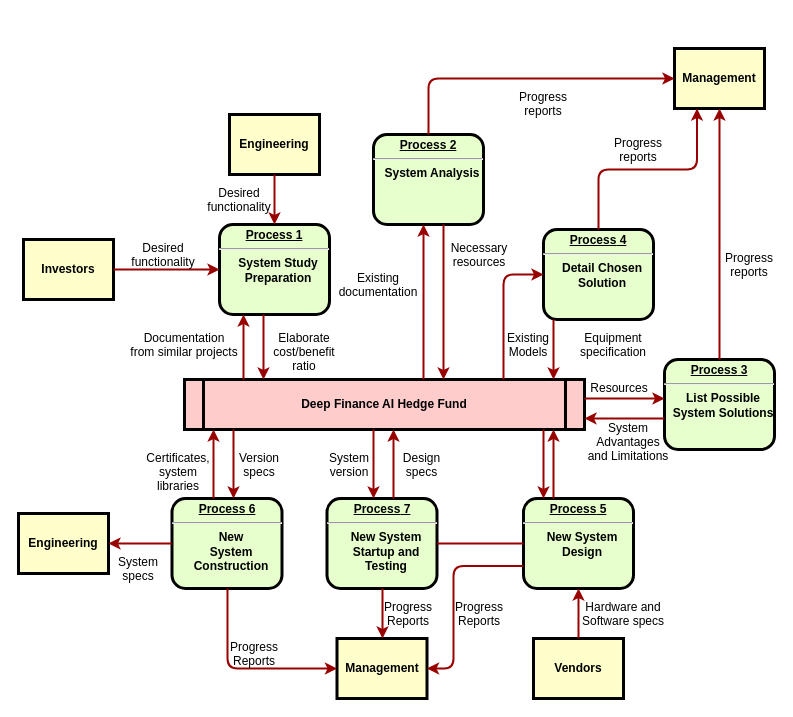
Before: DeepFinance EG.drawio in fanlongtao123/wechat-tutorial, a draw.io diagram. Source tidied: cells renumbered, new cells numbered last; positions are measured from the earlier drawing's top-left corner, leaving out a move shared by most shapes. Both pictures are drawn from the tidied source at 100%, with x=0, y=0 at pixel (18, 48).
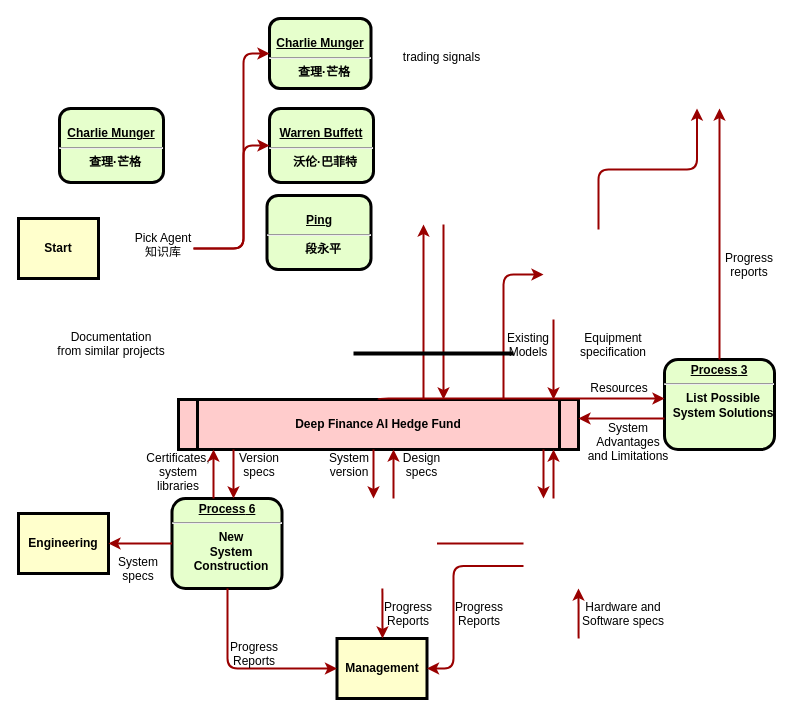
The same page after the edit.

The change refers to these unchanged cells:
```xml
<mxCell id="7" value="&lt;p style=&quot;margin: 0px; margin-top: 4px; text-align: center; text-decoration: underline;&quot;&gt;&lt;strong&gt;&lt;strong&gt;Process&lt;/strong&gt; 3&lt;br /&gt;&lt;/strong&gt;&lt;/p&gt;&lt;hr /&gt;&lt;p style=&quot;margin: 0px; margin-left: 8px;&quot;&gt;List Possible&lt;/p&gt;&lt;p style=&quot;margin: 0px; margin-left: 8px;&quot;&gt;System Solutions&lt;/p&gt;" style="verticalAlign=middle;align=center;overflow=fill;fontSize=12;fontFamily=Helvetica;html=1;rounded=1;fontStyle=1;strokeWidth=3;fillColor=#E6FFCC;" parent="1" vertex="1">
  <mxGeometry x="646" y="311" width="110" height="90" as="geometry" />
</mxCell>
<mxCell id="12" value="Management" style="whiteSpace=wrap;align=center;verticalAlign=middle;fontStyle=1;strokeWidth=3;fillColor=#FFFFCC;" parent="1" vertex="1">
  <mxGeometry x="318.5" y="590" width="90" height="60" as="geometry" />
</mxCell>
```

Diff of the diagram source:
```diff
@@
-    <mxCell id="2" value="&lt;p style=&quot;margin: 0px; margin-top: 4px; text-align: center; text-decoration: underline;&quot;&gt;&lt;strong&gt;Process 1&lt;br /&gt;&lt;/strong&gt;&lt;/p&gt;&lt;hr /&gt;&lt;p style=&quot;margin: 0px; margin-left: 8px;&quot;&gt;System Study&lt;/p&gt;&lt;p style=&quot;margin: 0px; margin-left: 8px;&quot;&gt;Preparation&lt;/p&gt;" style="verticalAlign=middle;align=center;overflow=fill;fontSize=12;fontFamily=Helvetica;html=1;rounded=1;fontStyle=1;strokeWidth=3;fillColor=#E6FFCC;" parent="1" vertex="1">
-      <mxGeometry x="201" y="176" width="110" height="90" as="geometry" />
+    <mxCell id="2" value="&lt;p style=&quot;margin: 4px 0px 0px; text-align: center;&quot;&gt;&lt;u&gt;&lt;br&gt;Charlie Munger&lt;/u&gt;&lt;/p&gt;&lt;hr&gt;&lt;p style=&quot;margin: 0px; margin-left: 8px;&quot;&gt;查理·芒格&lt;/p&gt;" style="verticalAlign=middle;align=center;overflow=fill;fontSize=12;fontFamily=Helvetica;html=1;rounded=1;fontStyle=1;strokeWidth=3;fillColor=#E6FFCC;" parent="1" vertex="1">
+      <mxGeometry x="251" y="-30" width="101.5" height="70" as="geometry" />
     </mxCell>
-    <mxCell id="3" value="Engineering" style="whiteSpace=wrap;align=center;verticalAlign=middle;fontStyle=1;strokeWidth=3;fillColor=#FFFFCC;" parent="1" vertex="1">
-      <mxGeometry x="211" y="66" width="90" height="60" as="geometry" />
-    </mxCell>
-    <mxCell id="4" value="Investors" style="whiteSpace=wrap;align=center;verticalAlign=middle;fontStyle=1;strokeWidth=3;fillColor=#FFFFCC;" parent="1" vertex="1">
-      <mxGeometry x="5" y="191" width="90" height="60" as="geometry" />
+    <mxCell id="4" value="Start" style="whiteSpace=wrap;align=center;verticalAlign=middle;fontStyle=1;strokeWidth=3;fillColor=#FFFFCC;" parent="1" vertex="1">
+      <mxGeometry y="170" width="80" height="60" as="geometry" />
     </mxCell>
     <mxCell id="5" value="Deep Finance AI Hedge Fund" style="shape=process;whiteSpace=wrap;align=center;verticalAlign=middle;size=0.0475;fontStyle=1;strokeWidth=3;fillColor=#FFCCCC;" parent="1" vertex="1">
-      <mxGeometry x="166" y="331" width="400" height="50" as="geometry" />
+      <mxGeometry x="160" y="351" width="400" height="50" as="geometry" />
     </mxCell>
-    <mxCell id="6" value="&lt;p style=&quot;margin: 0px; margin-top: 4px; text-align: center; text-decoration: underline;&quot;&gt;&lt;strong&gt;Process 2&lt;br /&gt;&lt;/strong&gt;&lt;/p&gt;&lt;hr /&gt;&lt;p style=&quot;margin: 0px; margin-left: 8px;&quot;&gt;System Analysis&lt;/p&gt;" style="verticalAlign=middle;align=center;overflow=fill;fontSize=12;fontFamily=Helvetica;html=1;rounded=1;fontStyle=1;strokeWidth=3;fillColor=#E6FFCC;" parent="1" vertex="1">
-      <mxGeometry x="355" y="86" width="110" height="90" as="geometry" />
-    </mxCell>
@@
-    <mxCell id="8" value="&lt;p style=&quot;margin: 0px; margin-top: 4px; text-align: center; text-decoration: underline;&quot;&gt;&lt;strong&gt;&lt;strong&gt;Process&lt;/strong&gt; 4&lt;br /&gt;&lt;/strong&gt;&lt;/p&gt;&lt;hr /&gt;&lt;p style=&quot;margin: 0px; margin-left: 8px;&quot;&gt;Detail Chosen&lt;/p&gt;&lt;p style=&quot;margin: 0px; margin-left: 8px;&quot;&gt;Solution&lt;/p&gt;" style="verticalAlign=middle;align=center;overflow=fill;fontSize=12;fontFamily=Helvetica;html=1;rounded=1;fontStyle=1;strokeWidth=3;fillColor=#E6FFCC;" parent="1" vertex="1">
-      <mxGeometry x="525" y="181" width="110" height="90" as="geometry" />
-    </mxCell>
-    <mxCell id="9" value="&lt;p style=&quot;margin: 0px; margin-top: 4px; text-align: center; text-decoration: underline;&quot;&gt;&lt;strong&gt;&lt;strong&gt;Process&lt;/strong&gt; 5&lt;br /&gt;&lt;/strong&gt;&lt;/p&gt;&lt;hr /&gt;&lt;p style=&quot;margin: 0px; margin-left: 8px;&quot;&gt;New System&lt;/p&gt;&lt;p style=&quot;margin: 0px; margin-left: 8px;&quot;&gt;Design&lt;/p&gt;" style="verticalAlign=middle;align=center;overflow=fill;fontSize=12;fontFamily=Helvetica;html=1;rounded=1;fontStyle=1;strokeWidth=3;fillColor=#E6FFCC;" parent="1" vertex="1">
-      <mxGeometry x="505" y="450" width="110" height="90" as="geometry" />
-    </mxCell>
@@
-    <mxCell id="11" value="Management" style="whiteSpace=wrap;align=center;verticalAlign=middle;fontStyle=1;strokeWidth=3;fillColor=#FFFFCC;" parent="1" vertex="1">
-      <mxGeometry x="656" width="90" height="60" as="geometry" />
-    </mxCell>
@@
-    <mxCell id="14" value="Vendors" style="whiteSpace=wrap;align=center;verticalAlign=middle;fontStyle=1;strokeWidth=3;fillColor=#FFFFCC;" parent="1" vertex="1">
-      <mxGeometry x="515" y="590" width="90" height="60" as="geometry" />
-    </mxCell>
-    <mxCell id="15" style="edgeStyle=none;noEdgeStyle=1;strokeColor=#990000;strokeWidth=2;" parent="1" edge="1" source="3" target="2">
-      <mxGeometry relative="1" as="geometry" />
-    </mxCell>
-    <mxCell id="16" style="edgeStyle=none;noEdgeStyle=1;strokeColor=#990000;strokeWidth=2;" parent="1" edge="1" source="4" target="2">
-      <mxGeometry relative="1" as="geometry" />
-    </mxCell>
-    <mxCell id="17" value="&lt;p style=&quot;margin: 0px; margin-top: 4px; text-align: center; text-decoration: underline;&quot;&gt;&lt;strong&gt;&lt;strong&gt;Process&lt;/strong&gt; 7&lt;br /&gt;&lt;/strong&gt;&lt;/p&gt;&lt;hr /&gt;&lt;p style=&quot;margin: 0px; margin-left: 8px;&quot;&gt;New System&lt;/p&gt;&lt;p style=&quot;margin: 0px; margin-left: 8px;&quot;&gt;Startup and&lt;/p&gt;&lt;p style=&quot;margin: 0px; margin-left: 8px;&quot;&gt;Testing&lt;/p&gt;" style="verticalAlign=middle;align=center;overflow=fill;fontSize=12;fontFamily=Helvetica;html=1;rounded=1;fontStyle=1;strokeWidth=3;fillColor=#E6FFCC;" parent="1" vertex="1">
-      <mxGeometry x="308.5" y="450" width="110" height="90" as="geometry" />
-    </mxCell>
-    <mxCell id="18" style="endArrow=none;noEdgeStyle=1;strokeColor=#990000;strokeWidth=2;" parent="1" edge="1" source="9" target="17">
-      <mxGeometry relative="1" as="geometry" />
+    <mxCell id="18" style="endArrow=none;noEdgeStyle=1;strokeColor=#990000;strokeWidth=2;" parent="1" edge="1">
+      <mxGeometry relative="1" as="geometry">
+        <mxPoint x="505" y="495" as="sourcePoint" />
+        <mxPoint x="418.5" y="495" as="targetPoint" />
+      </mxGeometry>
     </mxCell>
-    <mxCell id="19" value="Desired &#10;functionality" style="text;spacingTop=-5;align=center;" parent="1" vertex="1">
-      <mxGeometry x="130" y="191" width="30" height="20" as="geometry" />
+    <mxCell id="19" value="Pick Agent&#10;知识库" style="text;spacingTop=-5;align=center;" parent="1" vertex="1">
+      <mxGeometry x="130" y="181" width="30" height="20" as="geometry" />
     </mxCell>
-    <mxCell id="20" value="Desired &#10;functionality" style="text;spacingTop=-5;align=center;" parent="1" vertex="1">
-      <mxGeometry x="206" y="136" width="30" height="20" as="geometry" />
-    </mxCell>
     <mxCell id="21" value="Documentation&#10;from similar projects" style="text;spacingTop=-5;align=center;" parent="1" vertex="1">
-      <mxGeometry x="151" y="281" width="30" height="20" as="geometry" />
+      <mxGeometry x="78" y="280" width="30" height="20" as="geometry" />
     </mxCell>
-    <mxCell id="22" style="edgeStyle=elbowEdgeStyle;elbow=horizontal;strokeColor=#990000;strokeWidth=2;" parent="1" edge="1" source="5" target="2">
+    <mxCell id="22" style="edgeStyle=elbowEdgeStyle;elbow=horizontal;strokeColor=#990000;strokeWidth=2;" parent="1" edge="1">
       <mxGeometry relative="1" as="geometry">
+        <mxPoint x="175" y="200" as="sourcePoint" />
+        <mxPoint x="251" y="5" as="targetPoint" />
         <Array as="points">
           <mxPoint x="225" y="310" />
         </Array>
       </mxGeometry>
     </mxCell>
-    <mxCell id="23" style="edgeStyle=elbowEdgeStyle;elbow=horizontal;strokeColor=#990000;strokeWidth=2;" parent="1" edge="1" source="2" target="5">
-      <mxGeometry relative="1" as="geometry">
-        <Array as="points">
-          <mxPoint x="245" y="300" />
-        </Array>
-      </mxGeometry>
-    </mxCell>
-    <mxCell id="24" value="Elaborate&#10;cost/benefit&#10;ratio" style="text;spacingTop=-5;align=center;" parent="1" vertex="1">
-      <mxGeometry x="271" y="281" width="30" height="20" as="geometry" />
-    </mxCell>
-    <mxCell id="25" style="edgeStyle=elbowEdgeStyle;elbow=horizontal;strokeColor=#990000;strokeWidth=2;" parent="1" edge="1" source="5" target="6">
+    <mxCell id="25" style="edgeStyle=elbowEdgeStyle;elbow=horizontal;strokeColor=#990000;strokeWidth=2;" parent="1" edge="1" source="5">
       <mxGeometry relative="1" as="geometry">
+        <mxPoint x="405" y="176" as="targetPoint" />
         <Array as="points">
           <mxPoint x="405" y="250" />
         </Array>
       </mxGeometry>
     </mxCell>
-    <mxCell id="26" style="edgeStyle=elbowEdgeStyle;elbow=horizontal;strokeColor=#990000;strokeWidth=2;" parent="1" edge="1" source="6" target="5">
+    <mxCell id="26" style="edgeStyle=elbowEdgeStyle;elbow=horizontal;strokeColor=#990000;strokeWidth=2;" parent="1" edge="1" target="5">
       <mxGeometry relative="1" as="geometry">
+        <mxPoint x="425" y="176" as="sourcePoint" />
         <Array as="points">
           <mxPoint x="425" y="260" />
         </Array>
       </mxGeometry>
     </mxCell>
-    <mxCell id="27" value="Existing&#10;documentation" style="text;spacingTop=-5;align=center;" parent="1" vertex="1">
-      <mxGeometry x="345" y="221" width="30" height="20" as="geometry" />
-    </mxCell>
-    <mxCell id="28" value="Necessary&#10;resources" style="text;spacingTop=-5;align=center;" parent="1" vertex="1">
-      <mxGeometry x="446" y="191" width="30" height="20" as="geometry" />
-    </mxCell>
-    <mxCell id="29" value="Progress&#10;reports" style="text;spacingTop=-5;align=center;" parent="1" vertex="1">
-      <mxGeometry x="510" y="40" width="30" height="20" as="geometry" />
+    <mxCell id="29" value="trading signals" style="text;spacingTop=-5;align=center;" parent="1" vertex="1">
+      <mxGeometry x="408.5" width="30" height="20" as="geometry" />
     </mxCell>
-    <mxCell id="30" value="Progress&#10;reports" style="text;spacingTop=-5;align=center;" parent="1" vertex="1">
-      <mxGeometry x="605" y="86" width="30" height="20" as="geometry" />
-    </mxCell>
@@
-    <mxCell id="32" style="edgeStyle=elbowEdgeStyle;elbow=horizontal;strokeColor=#990000;strokeWidth=2;" parent="1" edge="1" source="6" target="11">
-      <mxGeometry relative="1" as="geometry">
-        <Array as="points">
-          <mxPoint x="410" y="80" />
-        </Array>
-      </mxGeometry>
-    </mxCell>
-    <mxCell id="33" style="edgeStyle=elbowEdgeStyle;elbow=vertical;entryX=0.25;entryY=1;strokeColor=#990000;strokeWidth=2;" parent="1" edge="1" source="8" target="11">
-      <mxGeometry relative="1" as="geometry" />
+    <mxCell id="33" style="edgeStyle=elbowEdgeStyle;elbow=vertical;entryX=0.25;entryY=1;strokeColor=#990000;strokeWidth=2;" parent="1" edge="1">
+      <mxGeometry relative="1" as="geometry">
+        <mxPoint x="580" y="181" as="sourcePoint" />
+        <mxPoint x="678.5" y="60" as="targetPoint" />
+      </mxGeometry>
     </mxCell>
-    <mxCell id="34" style="edgeStyle=elbowEdgeStyle;elbow=horizontal;strokeColor=#990000;strokeWidth=2;" parent="1" edge="1" source="7" target="11">
-      <mxGeometry relative="1" as="geometry" />
+    <mxCell id="34" style="edgeStyle=elbowEdgeStyle;elbow=horizontal;strokeColor=#990000;strokeWidth=2;" parent="1" edge="1" source="7">
+      <mxGeometry relative="1" as="geometry">
+        <mxPoint x="701" y="60" as="targetPoint" />
+      </mxGeometry>
     </mxCell>
-    <mxCell id="35" style="edgeStyle=elbowEdgeStyle;elbow=horizontal;strokeColor=#990000;strokeWidth=2;" parent="1" edge="1" source="8" target="5">
+    <mxCell id="35" style="edgeStyle=elbowEdgeStyle;elbow=horizontal;strokeColor=#990000;strokeWidth=2;" parent="1" edge="1" target="5">
       <mxGeometry relative="1" as="geometry">
+        <mxPoint x="535" y="271" as="sourcePoint" />
         <Array as="points">
           <mxPoint x="535" y="300" />
         </Array>
       </mxGeometry>
     </mxCell>
-    <mxCell id="36" style="edgeStyle=segmentEdgeStyle;strokeColor=#990000;strokeWidth=2;" parent="1" edge="1" source="5" target="8">
+    <mxCell id="36" style="edgeStyle=segmentEdgeStyle;strokeColor=#990000;strokeWidth=2;" parent="1" edge="1" source="5">
       <mxGeometry relative="1" as="geometry">
+        <mxPoint x="525" y="226" as="targetPoint" />
         <Array as="points">
           <mxPoint x="485" y="226" />
         </Array>
       </mxGeometry>
     </mxCell>
@@
-    <mxCell id="43" style="edgeStyle=elbowEdgeStyle;elbow=horizontal;strokeColor=#990000;strokeWidth=2;" parent="1" edge="1" source="9" target="5">
+    <mxCell id="43" style="edgeStyle=elbowEdgeStyle;elbow=horizontal;strokeColor=#990000;strokeWidth=2;" parent="1" edge="1" target="5">
       <mxGeometry relative="1" as="geometry">
+        <mxPoint x="535" y="450" as="sourcePoint" />
         <Array as="points">
           <mxPoint x="535" y="410" />
         </Array>
       </mxGeometry>
     </mxCell>
-    <mxCell id="44" style="edgeStyle=elbowEdgeStyle;elbow=horizontal;strokeColor=#990000;strokeWidth=2;" parent="1" edge="1" source="5" target="9">
+    <mxCell id="44" style="edgeStyle=elbowEdgeStyle;elbow=horizontal;strokeColor=#990000;strokeWidth=2;" parent="1" edge="1" source="5">
       <mxGeometry relative="1" as="geometry">
+        <mxPoint x="525" y="450" as="targetPoint" />
         <Array as="points">
           <mxPoint x="525" y="420" />
         </Array>
       </mxGeometry>
     </mxCell>
-    <mxCell id="45" style="edgeStyle=elbowEdgeStyle;elbow=horizontal;strokeColor=#990000;strokeWidth=2;" parent="1" edge="1" source="14" target="9">
-      <mxGeometry relative="1" as="geometry" />
+    <mxCell id="45" style="edgeStyle=elbowEdgeStyle;elbow=horizontal;strokeColor=#990000;strokeWidth=2;" parent="1" edge="1">
+      <mxGeometry relative="1" as="geometry">
+        <mxPoint x="560.1" y="590" as="sourcePoint" />
+        <mxPoint x="560.1" y="540" as="targetPoint" />
+      </mxGeometry>
     </mxCell>
@@
-    <mxCell id="47" style="edgeStyle=elbowEdgeStyle;elbow=horizontal;exitX=0;exitY=0.75;strokeColor=#990000;strokeWidth=2;" parent="1" edge="1" source="9" target="12">
+    <mxCell id="47" style="edgeStyle=elbowEdgeStyle;elbow=horizontal;exitX=0;exitY=0.75;strokeColor=#990000;strokeWidth=2;" parent="1" edge="1" target="12">
       <mxGeometry relative="1" as="geometry">
+        <mxPoint x="505" y="517.5" as="sourcePoint" />
         <Array as="points">
           <mxPoint x="435" y="570" />
         </Array>
       </mxGeometry>
     </mxCell>
@@
-    <mxCell id="49" style="edgeStyle=elbowEdgeStyle;elbow=horizontal;strokeColor=#990000;strokeWidth=2;" parent="1" edge="1" source="17" target="12">
-      <mxGeometry relative="1" as="geometry" />
+    <mxCell id="49" style="edgeStyle=elbowEdgeStyle;elbow=horizontal;strokeColor=#990000;strokeWidth=2;" parent="1" edge="1" target="12">
+      <mxGeometry relative="1" as="geometry">
+        <mxPoint x="363.9" y="540" as="sourcePoint" />
+      </mxGeometry>
     </mxCell>
@@
-    <mxCell id="54" style="edgeStyle=elbowEdgeStyle;elbow=horizontal;strokeColor=#990000;strokeWidth=2;" parent="1" edge="1" source="5" target="17">
+    <mxCell id="54" style="edgeStyle=elbowEdgeStyle;elbow=horizontal;strokeColor=#990000;strokeWidth=2;" parent="1" edge="1" source="5">
       <mxGeometry relative="1" as="geometry">
+        <mxPoint x="355" y="450" as="targetPoint" />
         <Array as="points">
           <mxPoint x="355" y="410" />
         </Array>
       </mxGeometry>
     </mxCell>
-    <mxCell id="55" style="edgeStyle=elbowEdgeStyle;elbow=horizontal;strokeColor=#990000;strokeWidth=2;" parent="1" edge="1" source="17" target="5">
+    <mxCell id="55" style="edgeStyle=elbowEdgeStyle;elbow=horizontal;strokeColor=#990000;strokeWidth=2;" parent="1" edge="1" target="5">
       <mxGeometry relative="1" as="geometry">
+        <mxPoint x="375" y="450" as="sourcePoint" />
         <Array as="points">
           <mxPoint x="375" y="410" />
         </Array>
       </mxGeometry>
     </mxCell>
@@
+    <mxCell id="63" value="&lt;p style=&quot;margin: 4px 0px 0px; text-align: center;&quot;&gt;&lt;u&gt;&lt;br&gt;Charlie Munger&lt;/u&gt;&lt;/p&gt;&lt;hr&gt;&lt;p style=&quot;margin: 0px; margin-left: 8px;&quot;&gt;查理·芒格&lt;/p&gt;" style="verticalAlign=middle;align=center;overflow=fill;fontSize=12;fontFamily=Helvetica;html=1;rounded=1;fontStyle=1;strokeWidth=3;fillColor=#E6FFCC;" parent="1" vertex="1">
+      <mxGeometry x="41" y="60" width="104" height="74" as="geometry" />
+    </mxCell>
+    <mxCell id="64" value="&lt;p style=&quot;margin: 4px 0px 0px; text-align: center;&quot;&gt;&lt;u&gt;&lt;br&gt;Warren Buffett&lt;/u&gt;&lt;/p&gt;&lt;hr&gt;&lt;p style=&quot;margin: 0px; margin-left: 8px;&quot;&gt;沃伦·巴菲特&lt;/p&gt;" style="verticalAlign=middle;align=center;overflow=fill;fontSize=12;fontFamily=Helvetica;html=1;rounded=1;fontStyle=1;strokeWidth=3;fillColor=#E6FFCC;" parent="1" vertex="1">
+      <mxGeometry x="251" y="60" width="104" height="74" as="geometry" />
+    </mxCell>
+    <mxCell id="65" style="line;strokeWidth=4;html=1;perimeter=backbonePerimeter;" parent="1" vertex="1">
+      <mxGeometry x="335" y="300" width="160" height="10" as="geometry" />
+    </mxCell>
+    <mxCell id="66" style="edgeStyle=elbowEdgeStyle;elbow=horizontal;strokeColor=#990000;strokeWidth=2;entryX=0;entryY=0.5;entryDx=0;entryDy=0;" parent="1" edge="1" target="64">
+      <mxGeometry relative="1" as="geometry">
+        <mxPoint x="175" y="200" as="sourcePoint" />
+        <Array as="points">
+          <mxPoint x="225" y="310" />
+        </Array>
+      </mxGeometry>
+    </mxCell>
+    <mxCell id="67" value="&lt;p style=&quot;margin: 4px 0px 0px; text-align: center;&quot;&gt;&lt;u&gt;&lt;br&gt;Ping&lt;/u&gt;&lt;/p&gt;&lt;hr&gt;&lt;p style=&quot;margin: 0px; margin-left: 8px;&quot;&gt;段永平&lt;/p&gt;" style="verticalAlign=middle;align=center;overflow=fill;fontSize=12;fontFamily=Helvetica;html=1;rounded=1;fontStyle=1;strokeWidth=3;fillColor=#E6FFCC;" parent="1" vertex="1">
+      <mxGeometry x="248.5" y="147" width="104" height="74" as="geometry" />
+    </mxCell>
```
